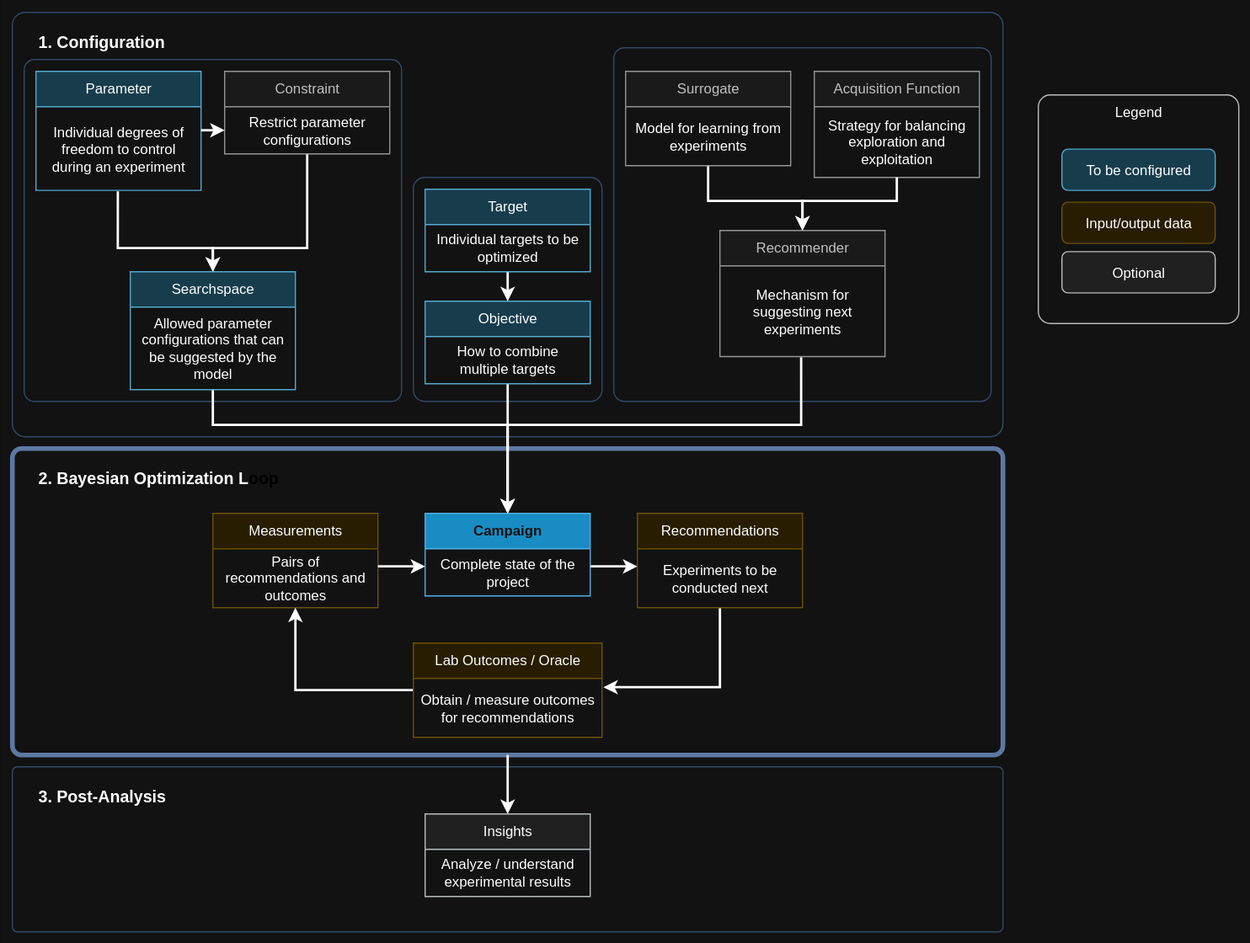
Above: docs/_static/api_overview_dark.svg in emdgroup/baybe (draw.io), before the change. Source tidied: cells renumbered, new cells last; positions are measured from the earlier drawing's top-left corner, leaving out a move shared by most shapes.
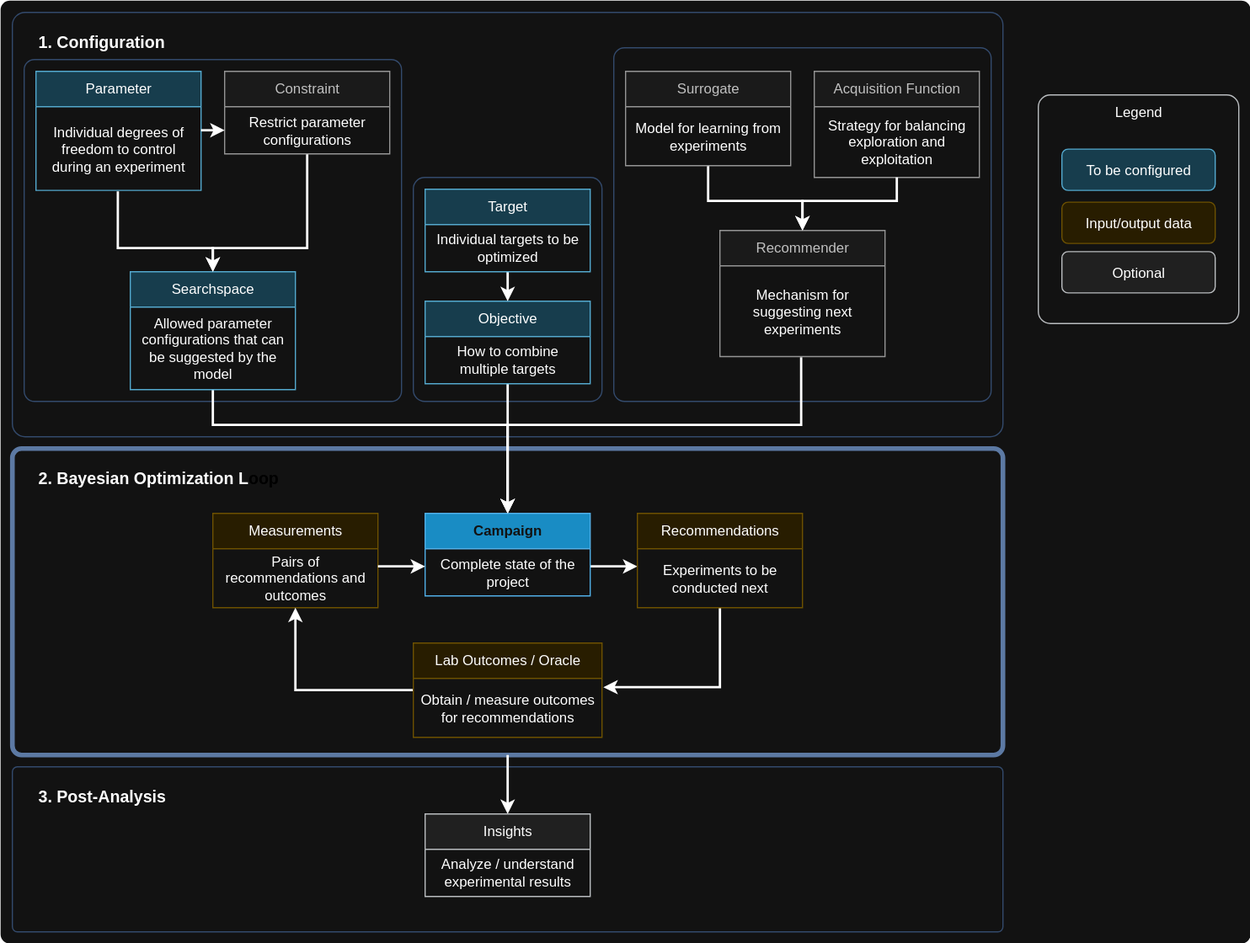
Above is the later version.

Commit message:
Use rounded background edge

The edit, as a diff of the source:
```diff
@@ -2,7 +2,7 @@
   <root>
     <mxCell id="0" />
     <mxCell id="1" parent="0" />
-    <mxCell id="2" style="rounded=0;whiteSpace=wrap;html=1;strokeColor=none;" parent="1" vertex="1">
+    <mxCell id="2" style="rounded=1;whiteSpace=wrap;html=1;arcSize=1;strokeColor=none;" parent="1" vertex="1">
       <mxGeometry width="1060" height="800" as="geometry" />
     </mxCell>
     <mxCell id="3" style="rounded=1;whiteSpace=wrap;html=1;fillColor=none;strokeColor=light-dark(#a9c4eb, #babdc0);arcSize=6;" parent="1" vertex="1">
```
